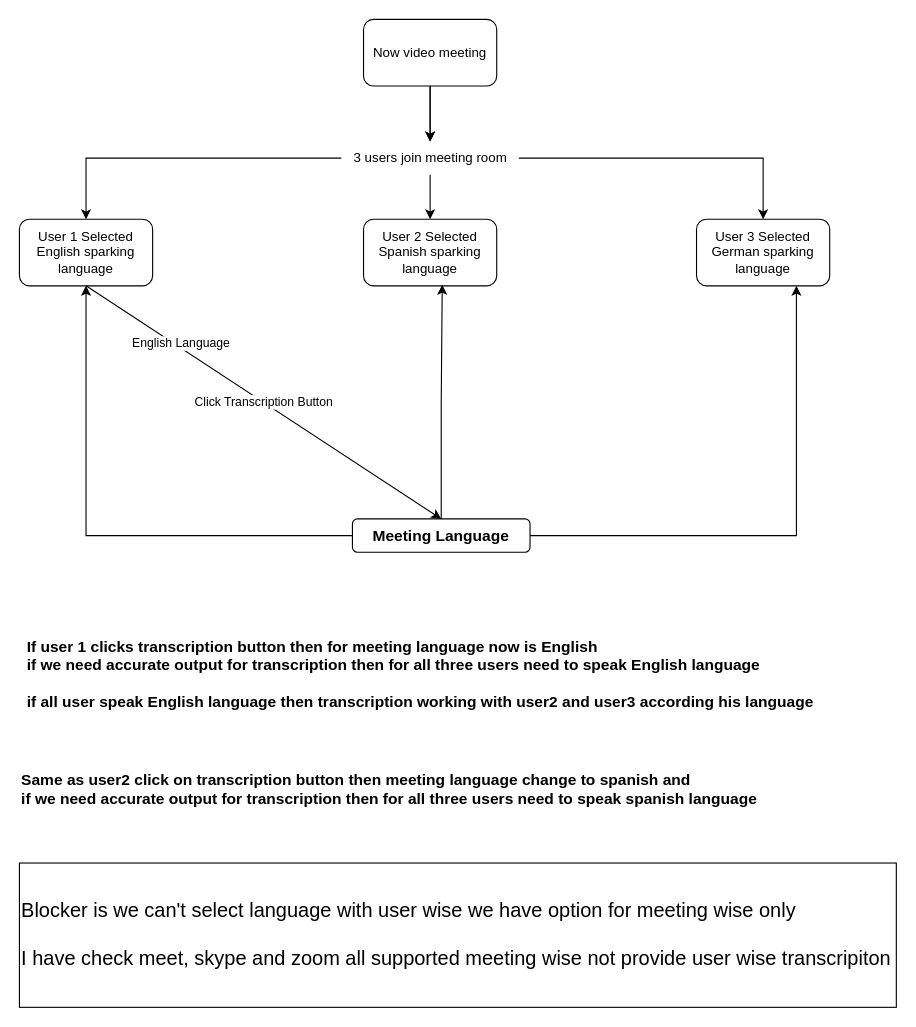
Above: public/Untitled Diagram.drawio in Rockybhai-The-Monster/chime-live-translation-transcription-polly (draw.io), before the change. Source tidied: cells renumbered, new cells numbered last; positions are measured from the earlier drawing's top-left corner, leaving out a move shared by most shapes. Both pictures are drawn from the tidied source at 111%, with x=0, y=0 at pixel (19, 19).
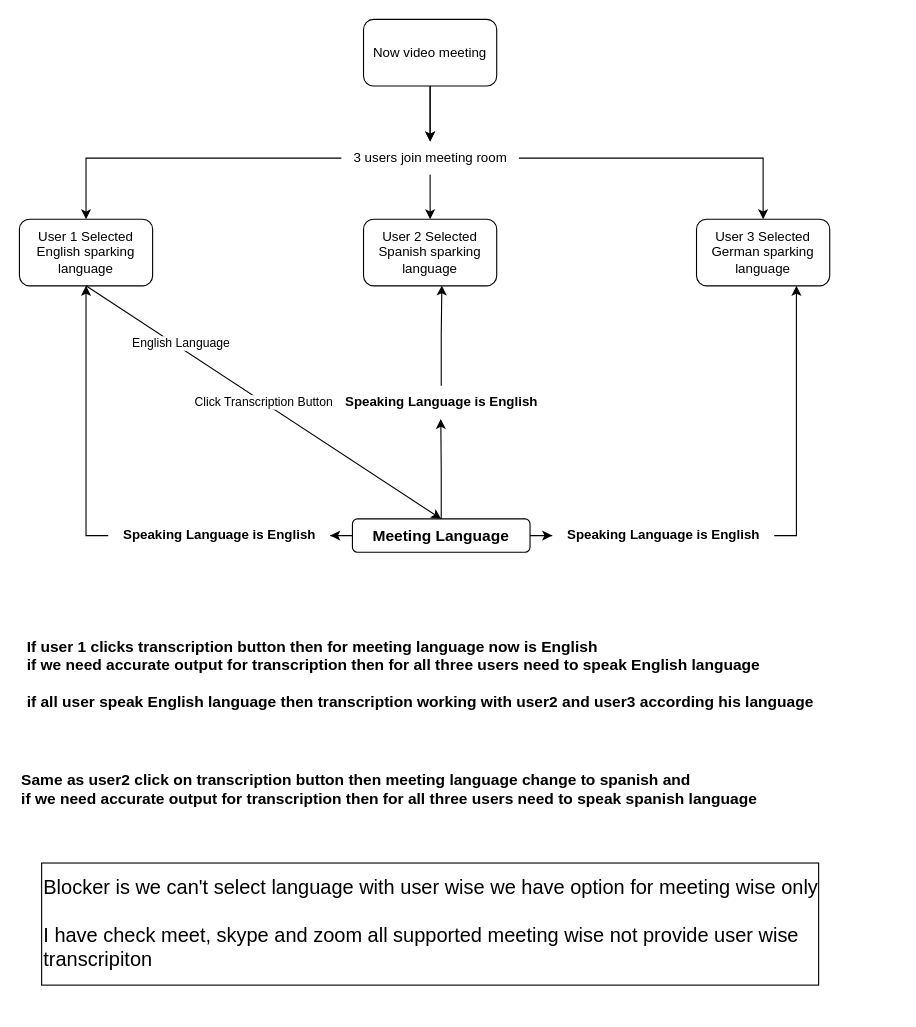
Above is the later version.

The change refers to these unchanged cells:
```xml
<mxCell id="4" value="User 1 Selected English sparking language" style="rounded=1;whiteSpace=wrap;html=1;" parent="1" vertex="1">
  <mxGeometry y="180" width="120" height="60" as="geometry" />
</mxCell>
<mxCell id="5" value="User 2 Selected Spanish sparking language" style="rounded=1;whiteSpace=wrap;html=1;" parent="1" vertex="1">
  <mxGeometry x="310" y="180" width="120" height="60" as="geometry" />
</mxCell>
<mxCell id="6" value="User 3 Selected German sparking language" style="rounded=1;whiteSpace=wrap;html=1;" parent="1" vertex="1">
  <mxGeometry x="610" y="180" width="120" height="60" as="geometry" />
</mxCell>
<mxCell id="14" value="&lt;font style=&quot;font-size: 14px;&quot;&gt;&lt;b&gt;Meeting Language&lt;/b&gt;&lt;/font&gt;" style="rounded=1;whiteSpace=wrap;html=1;" parent="1" vertex="1">
  <mxGeometry x="300" y="450" width="160" height="30" as="geometry" />
</mxCell>
```

Change to the diagram source:
```diff
@@
-    <mxCell id="12" style="edgeStyle=orthogonalEdgeStyle;rounded=0;jettySize=auto;html=1;exitX=0;exitY=0.5;exitDx=0;exitDy=0;entryX=0.5;entryY=1;entryDx=0;entryDy=0;" parent="1" edge="1" source="14" target="4">
+    <mxCell id="12" style="edgeStyle=orthogonalEdgeStyle;rounded=0;jettySize=auto;html=1;exitX=0;exitY=0.5;exitDx=0;exitDy=0;entryX=0.5;entryY=1;entryDx=0;entryDy=0;" parent="1" edge="1" source="24" target="4">
       <mxGeometry relative="1" as="geometry" />
     </mxCell>
-    <mxCell id="13" style="edgeStyle=orthogonalEdgeStyle;rounded=0;jettySize=auto;html=1;exitX=1;exitY=0.5;exitDx=0;exitDy=0;entryX=0.75;entryY=1;entryDx=0;entryDy=0;" parent="1" edge="1" source="14" target="6">
+    <mxCell id="13" style="edgeStyle=orthogonalEdgeStyle;rounded=0;jettySize=auto;html=1;exitX=1;exitY=0.5;exitDx=0;exitDy=0;entryX=0.75;entryY=1;entryDx=0;entryDy=0;" parent="1" edge="1" source="25" target="6">
       <mxGeometry relative="1" as="geometry" />
     </mxCell>
+    <mxCell id="22" style="edgeStyle=orthogonalEdgeStyle;rounded=0;jettySize=auto;html=1;exitX=0;exitY=0.5;exitDx=0;exitDy=0;" parent="1" edge="1" source="14" target="24">
+      <mxGeometry relative="1" as="geometry" />
+    </mxCell>
+    <mxCell id="23" style="edgeStyle=orthogonalEdgeStyle;rounded=0;jettySize=auto;html=1;exitX=1;exitY=0.5;exitDx=0;exitDy=0;" parent="1" edge="1" source="14" target="25">
+      <mxGeometry relative="1" as="geometry" />
+    </mxCell>
@@
-    <mxCell id="18" style="edgeStyle=orthogonalEdgeStyle;rounded=0;jettySize=auto;html=1;exitX=0.5;exitY=0;exitDx=0;exitDy=0;entryX=0.591;entryY=0.985;entryDx=0;entryDy=0;entryPerimeter=0;" parent="1" edge="1" source="14" target="5">
-      <mxGeometry relative="1" as="geometry" />
-    </mxCell>
@@
     <mxCell id="21" value="&lt;font style=&quot;font-size: 18px;&quot;&gt;Blocker is we can't select language with user wise we have option for meeting wise only&lt;br&gt;&lt;br&gt;I have check meet, skype and zoom all supported meeting wise not provide user wise transcripiton&lt;/font&gt;" style="whiteSpace=wrap;html=1;align=left;" parent="1" vertex="1">
-      <mxGeometry y="760" width="790" height="130" as="geometry" />
+      <mxGeometry x="20" y="760" width="700" height="110" as="geometry" />
     </mxCell>
+    <mxCell id="24" value="&lt;b&gt;Speaking Language is English&lt;/b&gt;" style="text;html=1;align=center;verticalAlign=middle;points=[];strokeColor=none;fillColor=none;" parent="1" vertex="1">
+      <mxGeometry x="80" y="450" width="200" height="30" as="geometry" />
+    </mxCell>
+    <mxCell id="25" value="&lt;b&gt;Speaking Language is English&lt;/b&gt;" style="text;html=1;align=center;verticalAlign=middle;points=[];strokeColor=none;fillColor=none;" parent="1" vertex="1">
+      <mxGeometry x="480" y="450" width="200" height="30" as="geometry" />
+    </mxCell>
+    <mxCell id="26" value="&lt;b&gt;Speaking Language is English&lt;/b&gt;" style="text;html=1;align=center;verticalAlign=middle;points=[];strokeColor=none;fillColor=none;" parent="1" vertex="1">
+      <mxGeometry x="280" y="330" width="200" height="30" as="geometry" />
+    </mxCell>
+    <mxCell id="27" style="edgeStyle=orthogonalEdgeStyle;rounded=0;jettySize=auto;html=1;exitX=0.5;exitY=0;exitDx=0;exitDy=0;entryX=0.498;entryY=1;entryDx=0;entryDy=0;entryPerimeter=0;" parent="1" edge="1" source="14" target="26">
+      <mxGeometry relative="1" as="geometry" />
+    </mxCell>
+    <mxCell id="28" style="edgeStyle=orthogonalEdgeStyle;rounded=0;jettySize=auto;html=1;entryX=0.588;entryY=0.994;entryDx=0;entryDy=0;entryPerimeter=0;" parent="1" edge="1" source="26" target="5">
+      <mxGeometry relative="1" as="geometry" />
+    </mxCell>
```
